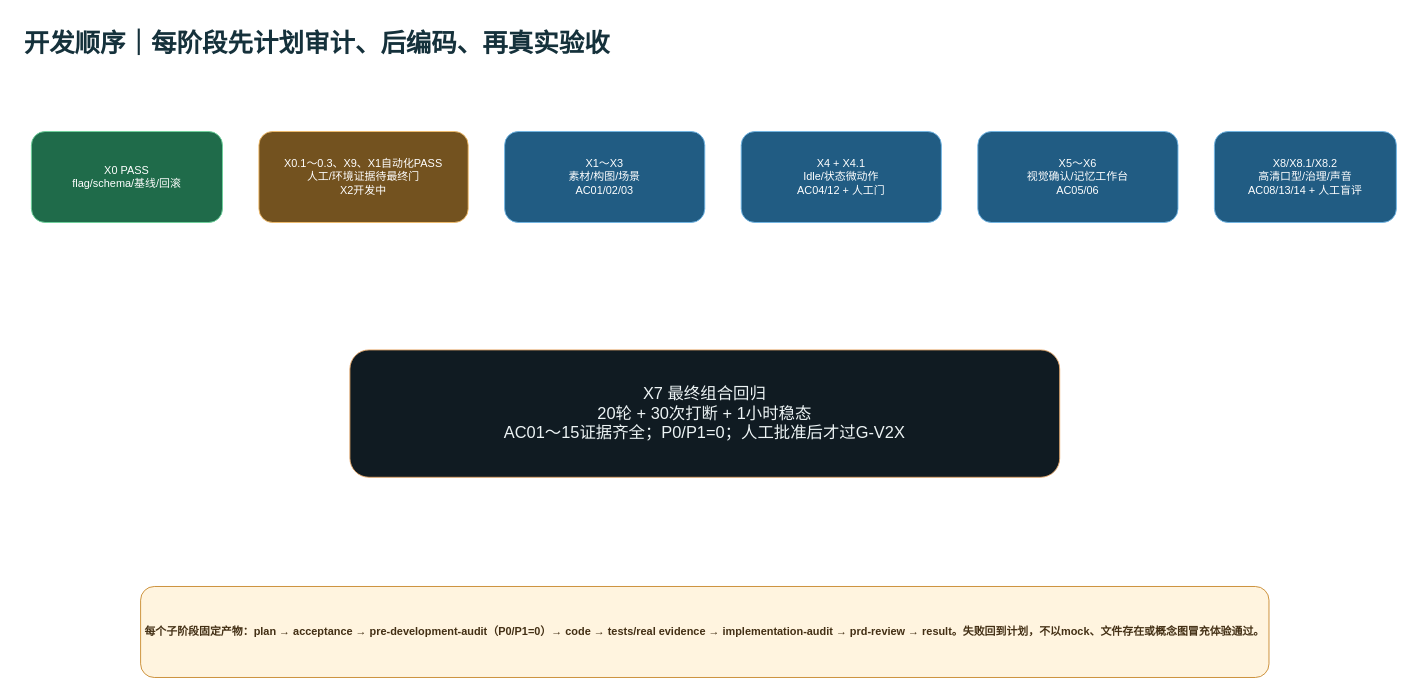
The draw.io diagram page "06-开发顺序与里程碑" (6 of 8) of docs/architecture/v2-x-gap.drawio in ljx418/cyberWife, before the edit. Source tidied: cells renumbered, new cells numbered last; positions are measured from the earlier drawing's top-left corner, leaving out a move shared by most shapes. Both pictures are drawn from the tidied source at 91%, with x=0, y=0 at pixel (22, 22).
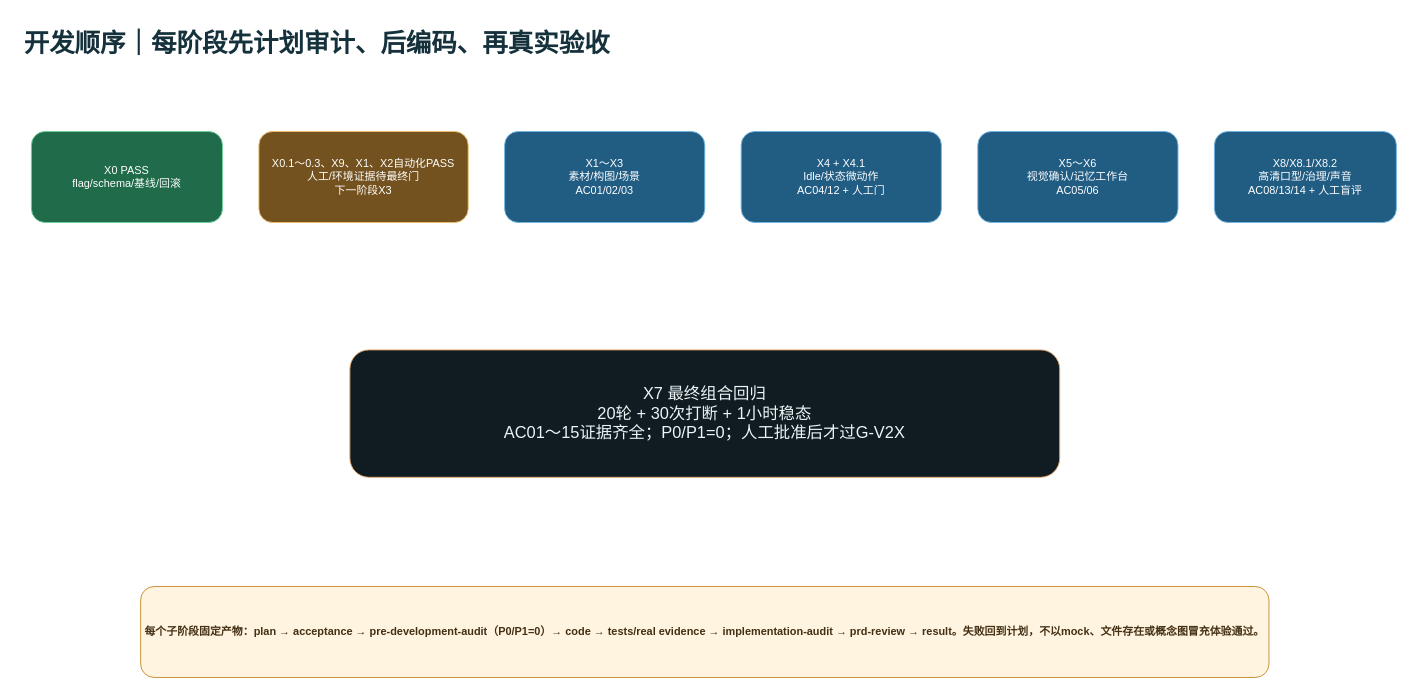
The same diagram, later.

The edit, as a diff of the source:
```diff
@@
 <mxGraphModel>
   <root>
     <mxCell id="0" />
     <mxCell id="1" parent="0" />
     <mxCell id="2" value="开发顺序｜每阶段先计划审计、后编码、再真实验收" style="text;html=1;fontSize=28;fontStyle=1;fontColor=#15313B;" parent="1" vertex="1">
       <mxGeometry width="1300" height="50" as="geometry" />
     </mxCell>
     <mxCell id="3" value="X0 PASS&#10;flag/schema/基线/回滚" style="rounded=1;whiteSpace=wrap;html=1;fillColor=#1F6B4A;strokeColor=#6ED39C;fontColor=#FFFFFF;" parent="1" vertex="1">
       <mxGeometry x="10" y="120" width="210" height="100" as="geometry" />
     </mxCell>
-    <mxCell id="4" value="X0.1～0.3、X9、X1自动化PASS&#10;人工/环境证据待最终门&#10;X2开发中" style="rounded=1;whiteSpace=wrap;html=1;fillColor=#73521F;strokeColor=#F2BD6B;fontColor=#FFFFFF;" parent="1" vertex="1">
+    <mxCell id="4" value="X0.1～0.3、X9、X1、X2自动化PASS&#10;人工/环境证据待最终门&#10;下一阶段X3" style="rounded=1;whiteSpace=wrap;html=1;fillColor=#73521F;strokeColor=#F2BD6B;fontColor=#FFFFFF;" parent="1" vertex="1">
       <mxGeometry x="260" y="120" width="230" height="100" as="geometry" />
     </mxCell>
     <mxCell id="5" value="X1～X3&#10;素材/构图/场景&#10;AC01/02/03" style="rounded=1;whiteSpace=wrap;html=1;fillColor=#215C83;strokeColor=#71B7E6;fontColor=#FFFFFF;" parent="1" vertex="1">
       <mxGeometry x="530" y="120" width="220" height="100" as="geometry" />
     </mxCell>
     <mxCell id="6" value="X4 + X4.1&#10;Idle/状态微动作&#10;AC04/12 + 人工门" style="rounded=1;whiteSpace=wrap;html=1;fillColor=#215C83;strokeColor=#71B7E6;fontColor=#FFFFFF;" parent="1" vertex="1">
       <mxGeometry x="790" y="120" width="220" height="100" as="geometry" />
     </mxCell>
     <mxCell id="7" value="X5～X6&#10;视觉确认/记忆工作台&#10;AC05/06" style="rounded=1;whiteSpace=wrap;html=1;fillColor=#215C83;strokeColor=#71B7E6;fontColor=#FFFFFF;" parent="1" vertex="1">
       <mxGeometry x="1050" y="120" width="220" height="100" as="geometry" />
     </mxCell>
     <mxCell id="8" value="X8/X8.1/X8.2&#10;高清口型/治理/声音&#10;AC08/13/14 + 人工盲评" style="rounded=1;whiteSpace=wrap;html=1;fillColor=#215C83;strokeColor=#71B7E6;fontColor=#FFFFFF;" parent="1" vertex="1">
       <mxGeometry x="1310" y="120" width="200" height="100" as="geometry" />
     </mxCell>
     <mxCell id="9" value="X7 最终组合回归&#10;20轮 + 30次打断 + 1小时稳态&#10;AC01～15证据齐全；P0/P1=0；人工批准后才过G-V2X" style="rounded=1;whiteSpace=wrap;html=1;fillColor=#101B22;strokeColor=#E4A668;fontColor=#EDF4F5;fontSize=18;" parent="1" vertex="1">
       <mxGeometry x="360" y="360" width="780" height="140" as="geometry" />
     </mxCell>
     <mxCell id="10" value="每个子阶段固定产物：plan → acceptance → pre-development-audit（P0/P1=0）→ code → tests/real evidence → implementation-audit → prd-review → result。失败回到计划，不以mock、文件存在或概念图冒充体验通过。" style="rounded=1;whiteSpace=wrap;html=1;fillColor=#FFF4DF;strokeColor=#C8892E;fontColor=#432F14;fontStyle=1;" parent="1" vertex="1">
       <mxGeometry x="130" y="620" width="1240" height="100" as="geometry" />
     </mxCell>
     <mxCell id="11" style="edgeStyle=orthogonalEdgeStyle;endArrow=block;" parent="1" edge="1" source="3" target="4" />
     <mxCell id="12" style="edgeStyle=orthogonalEdgeStyle;endArrow=block;" parent="1" edge="1" source="4" target="5" />
     <mxCell id="13" style="edgeStyle=orthogonalEdgeStyle;endArrow=block;" parent="1" edge="1" source="5" target="6" />
     <mxCell id="14" style="edgeStyle=orthogonalEdgeStyle;endArrow=block;" parent="1" edge="1" source="6" target="7" />
     <mxCell id="15" style="edgeStyle=orthogonalEdgeStyle;endArrow=block;" parent="1" edge="1" source="7" target="8" />
     <mxCell id="16" style="edgeStyle=orthogonalEdgeStyle;endArrow=block;" parent="1" edge="1" source="8" target="9" />
   </root>
 </mxGraphModel>
```
